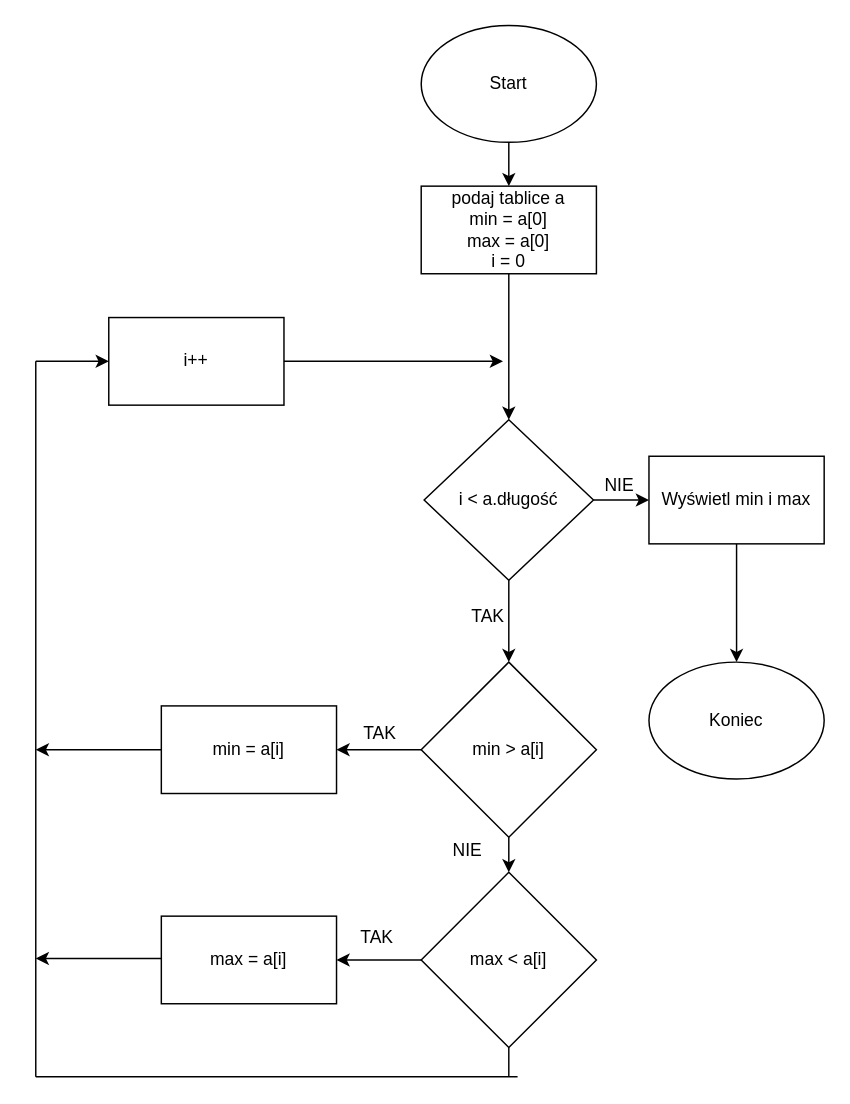
Before: min-max-elementow-tablicy.drawio in Pazzurro/algorytmy, a draw.io diagram. Source tidied: cells renumbered, new cells numbered last; positions are measured from the earlier drawing's top-left corner, leaving out a move shared by most shapes. Both pictures are drawn from the tidied source at 146%, with x=0, y=0 at pixel (35, 25).
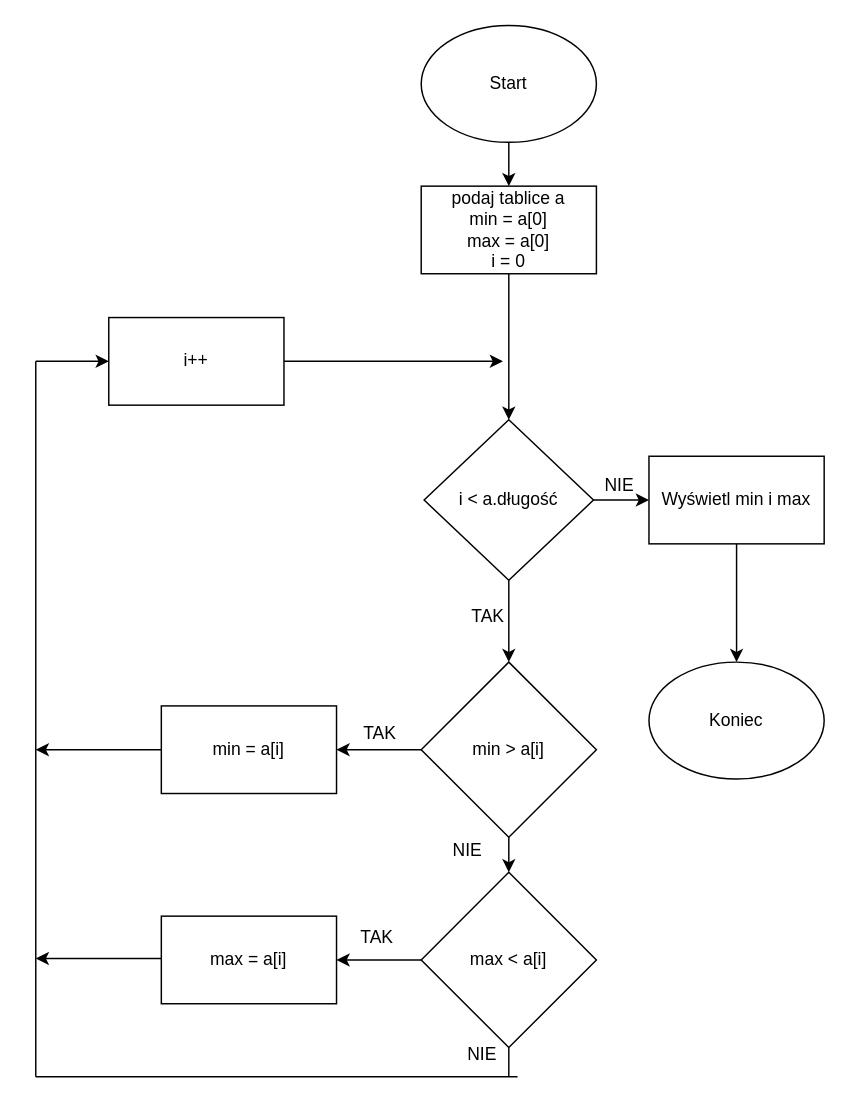
The same page after the edit.

The edit, as a diff of the source:
```diff
@@
+    <mxCell id="32" value="NIE" style="text;html=1;strokeColor=none;fillColor=none;align=center;verticalAlign=middle;whiteSpace=wrap;rounded=0;" parent="1" vertex="1">
+      <mxGeometry x="276" y="690" width="60" height="30" as="geometry" />
+    </mxCell>
```
